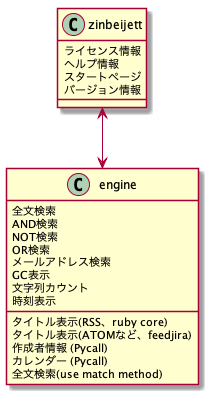
Above: out/zinbeijett/zinbeijett.png in takkii/zinbeijett (PlantUML), before the change. Source of this version:
```plantuml
@startuml zinbeijett

zinbeijett <--> engine

zinbeijett : ライセンス情報
zinbeijett : ヘルプ情報
zinbeijett : スタートページ
zinbeijett : バージョン情報

engine : 全文検索
engine : AND検索
engine : NOT検索
engine : OR検索
engine : メールアドレス検索
engine : GC表示
engine : タイトル表示(RSS、ruby core)
engine : タイトル表示(ATOMなど、feedjira)
engine : 文字列カウント
engine : 時刻表示
engine : 作成者情報 (Pycall)
engine : カレンダー (Pycall)
engine : 全文検索(use match method)

@enduml
```
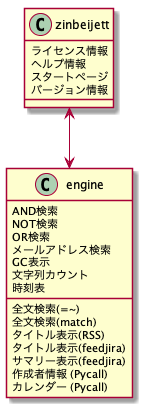
After the commit.

Change to the diagram source:
```diff
@@ -7,18 +7,19 @@
 zinbeijett : スタートページ
 zinbeijett : バージョン情報
 
-engine : 全文検索
+engine : 全文検索(=~)
+engine : 全文検索(match)
 engine : AND検索
 engine : NOT検索
 engine : OR検索
 engine : メールアドレス検索
 engine : GC表示
-engine : タイトル表示(RSS、ruby core)
-engine : タイトル表示(ATOMなど、feedjira)
 engine : 文字列カウント
-engine : 時刻表示
+engine : 時刻表
+engine : タイトル表示(RSS)
+engine : タイトル表示(feedjira)
+engine : サマリー表示(feedjira)
 engine : 作成者情報 (Pycall)
 engine : カレンダー (Pycall)
-engine : 全文検索(use match method)
 
 @enduml
```
